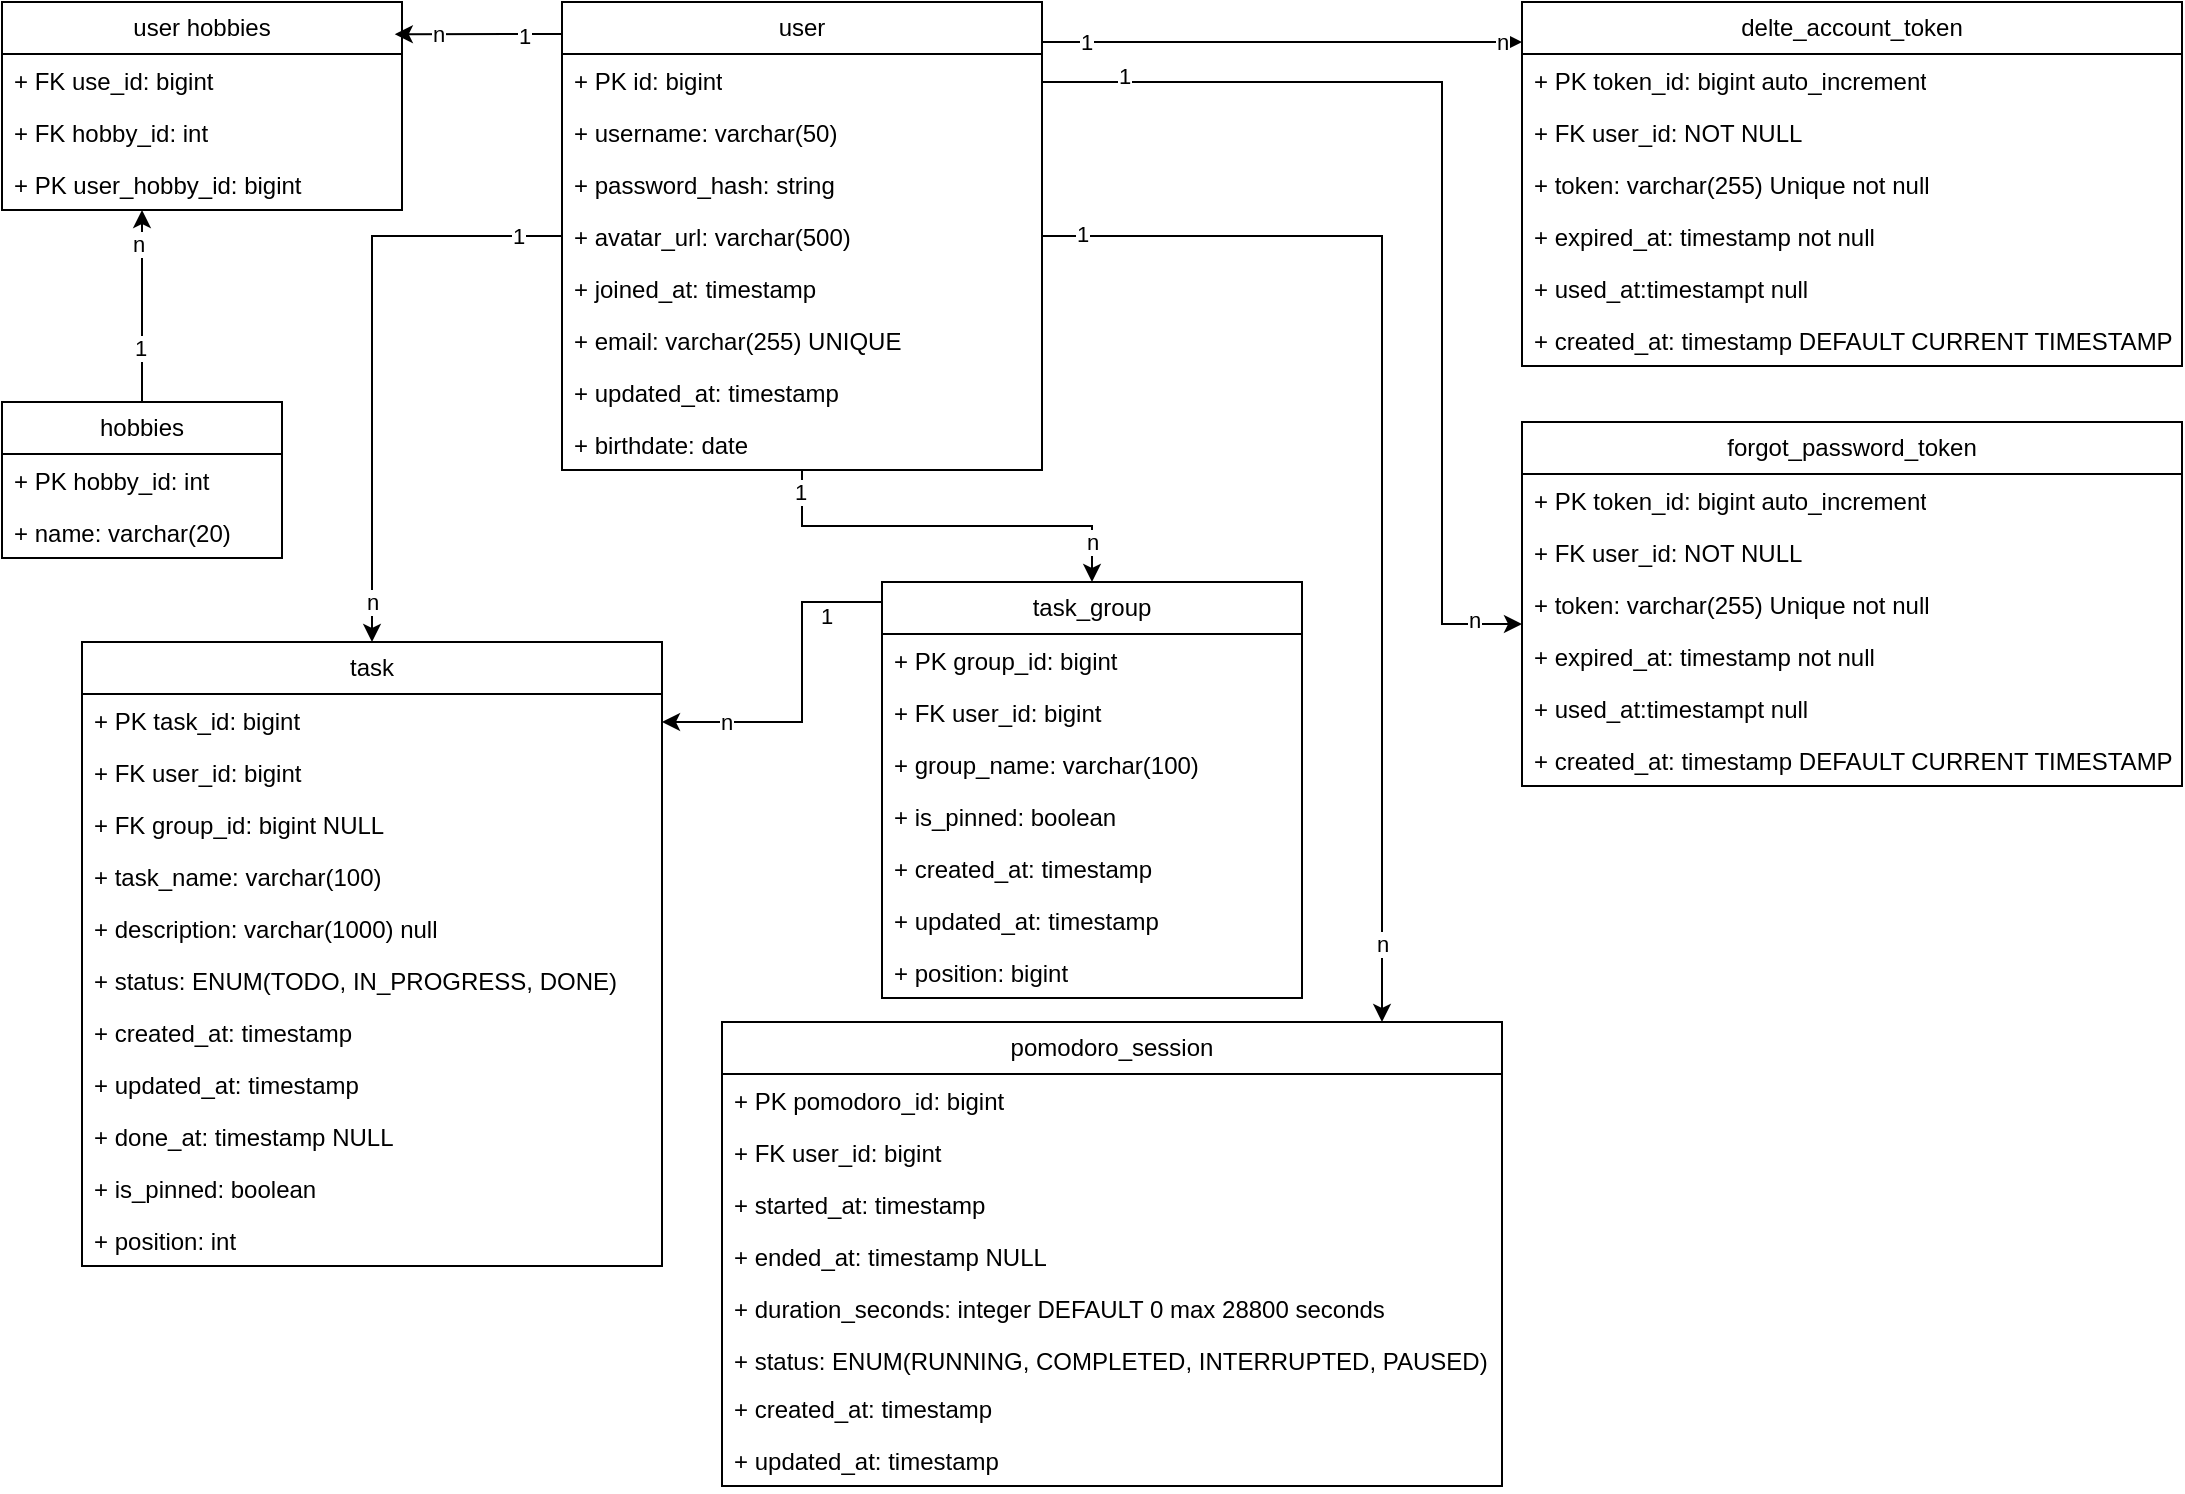
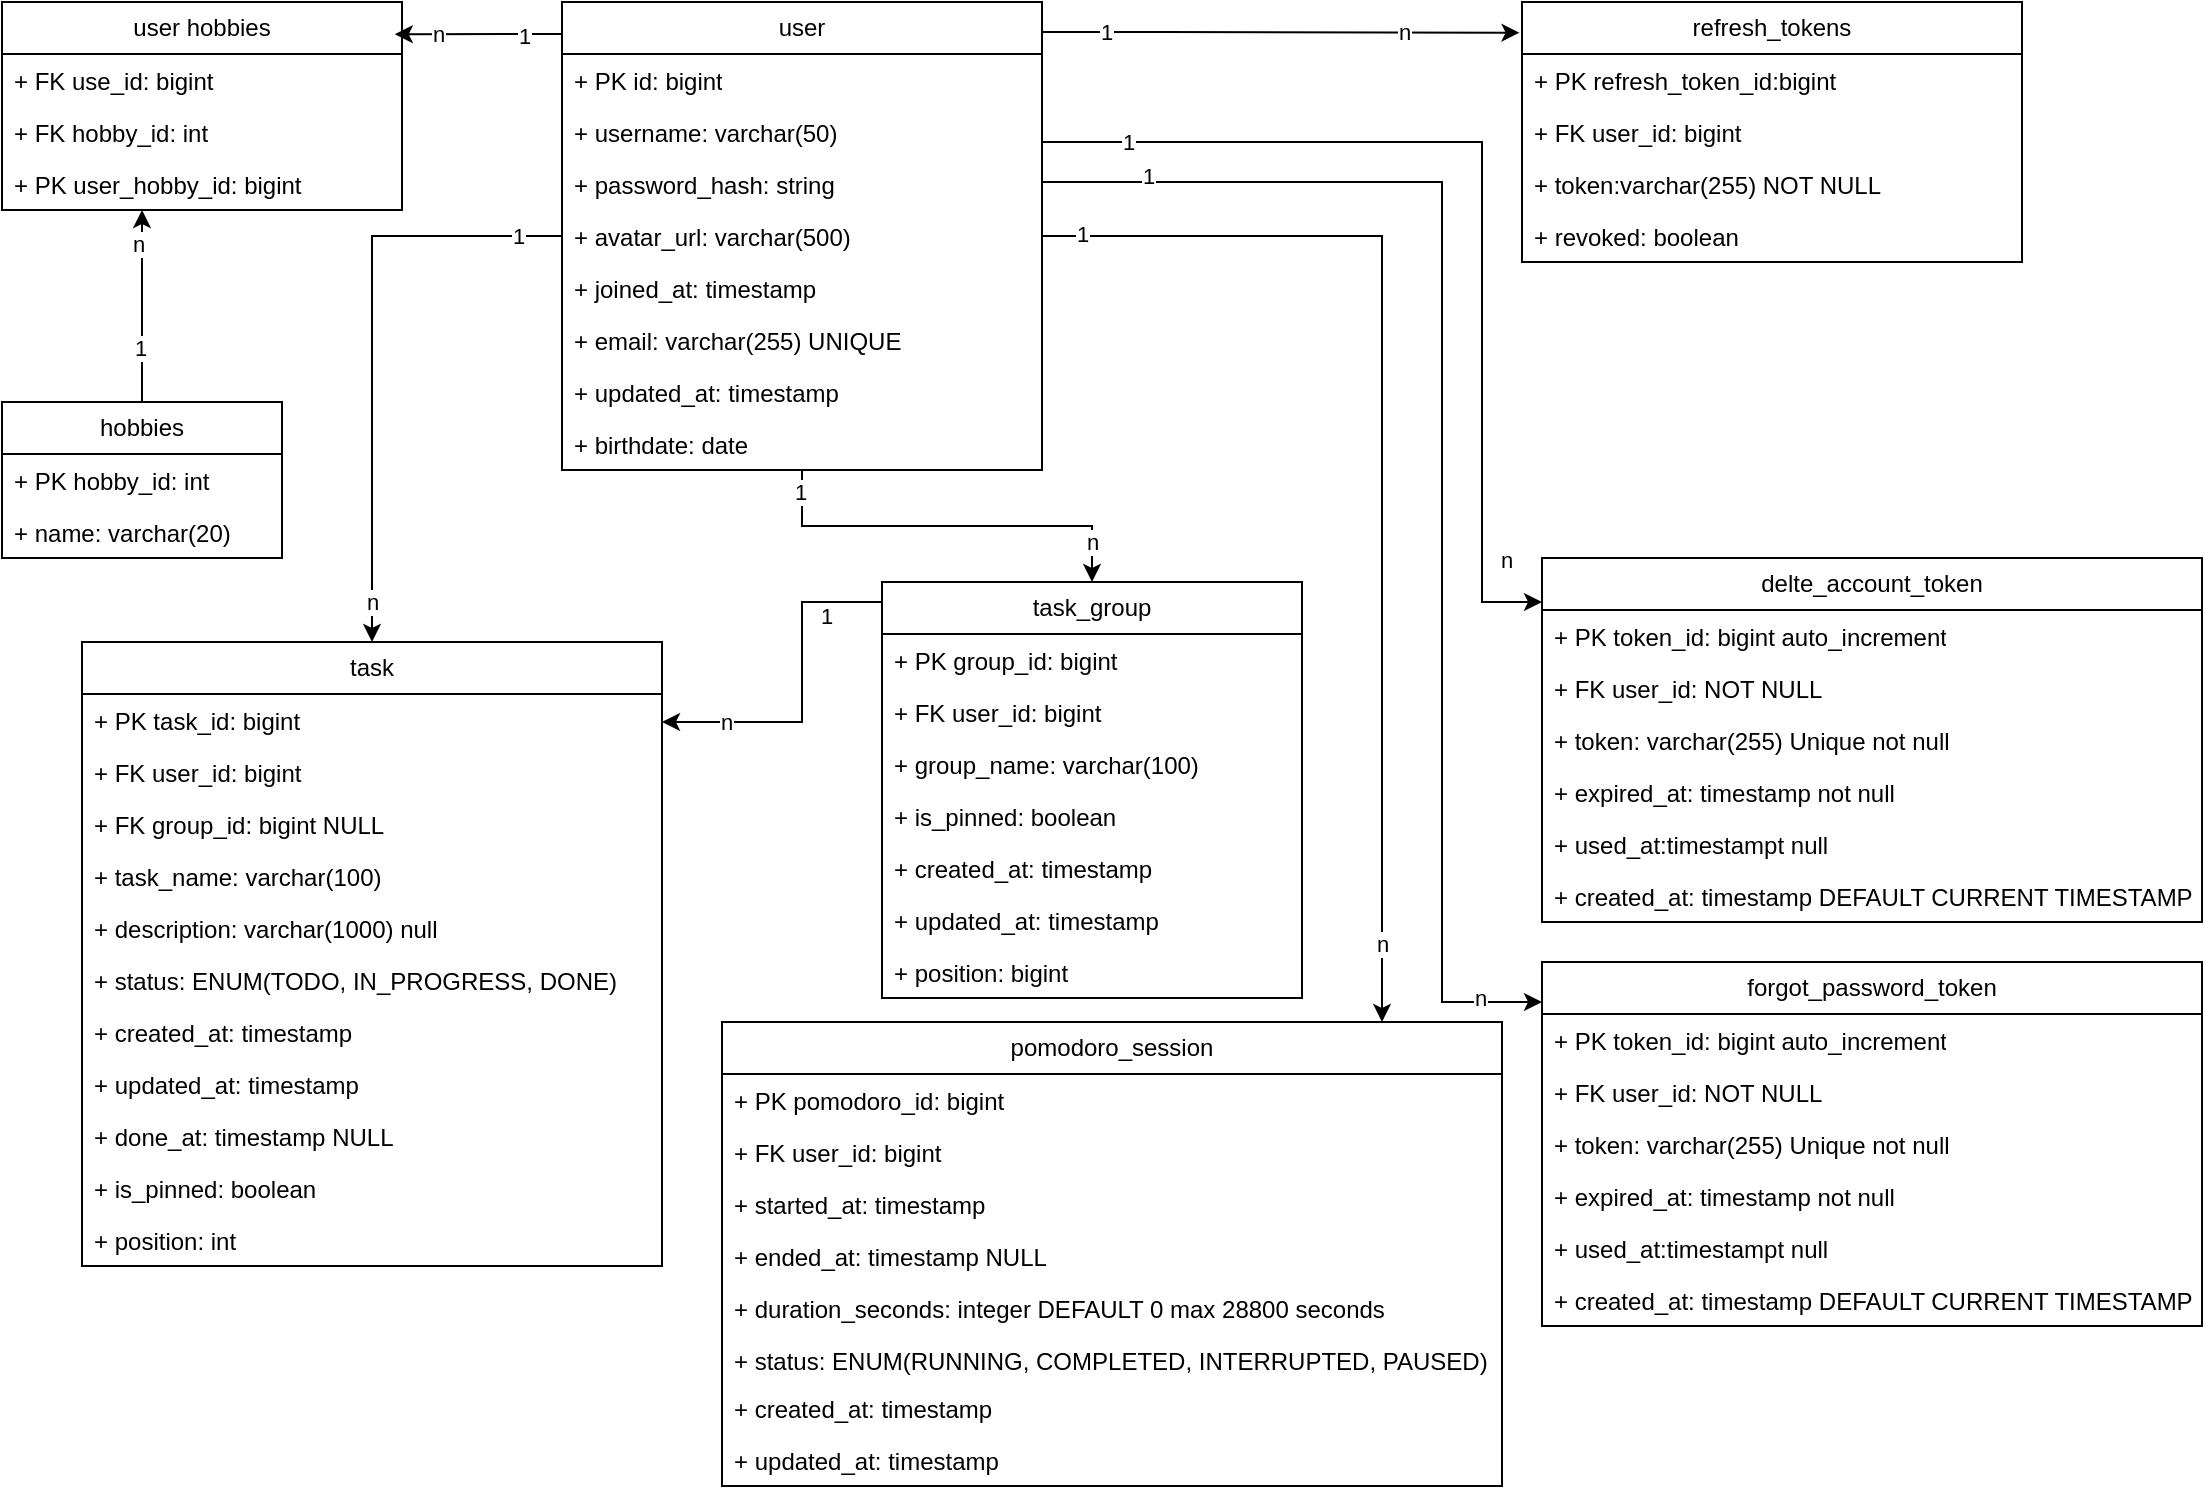
<mxfile host="Electron">
  <diagram name="Page-1" id="KkAQMYHvkhWbHYc3BVJA">
-     <mxGraphModel dx="394" dy="281" grid="1" gridSize="10" guides="1" tooltips="1" connect="1" arrows="1" fold="1" page="1" pageScale="1" pageWidth="850" pageHeight="1100" math="0" shadow="0">
+     <mxGraphModel dx="1440" dy="1020" grid="1" gridSize="10" guides="1" tooltips="1" connect="1" arrows="1" fold="1" page="1" pageScale="1" pageWidth="850" pageHeight="1100" math="0" shadow="0">
      <root>
        <mxCell id="0" />
        <mxCell id="1" parent="0" />
        <mxCell id="VnhQNqqpuN2qPrgdxubX-28" edge="1" parent="1" source="F1CsqXXeQTqHlrjgNJb2-1" style="edgeStyle=orthogonalEdgeStyle;rounded=0;orthogonalLoop=1;jettySize=auto;html=1;entryX=0.5;entryY=0;entryDx=0;entryDy=0;" target="F1CsqXXeQTqHlrjgNJb2-5">
          <mxGeometry relative="1" as="geometry" />
        </mxCell>
        <mxCell id="VnhQNqqpuN2qPrgdxubX-29" connectable="0" parent="VnhQNqqpuN2qPrgdxubX-28" style="edgeLabel;html=1;align=center;verticalAlign=middle;resizable=0;points=[];" value="1" vertex="1">
          <mxGeometry relative="1" x="-0.8894" y="-1" as="geometry">
            <mxPoint as="offset" />
          </mxGeometry>
        </mxCell>
        <mxCell id="VnhQNqqpuN2qPrgdxubX-30" connectable="0" parent="VnhQNqqpuN2qPrgdxubX-28" style="edgeLabel;html=1;align=center;verticalAlign=middle;resizable=0;points=[];" value="n" vertex="1">
          <mxGeometry relative="1" x="0.7992" as="geometry">
            <mxPoint as="offset" />
          </mxGeometry>
        </mxCell>
        <mxCell id="VnhQNqqpuN2qPrgdxubX-31" edge="1" parent="1" source="F1CsqXXeQTqHlrjgNJb2-1" style="edgeStyle=orthogonalEdgeStyle;rounded=0;orthogonalLoop=1;jettySize=auto;html=1;entryX=0.5;entryY=0;entryDx=0;entryDy=0;" target="F1CsqXXeQTqHlrjgNJb2-9">
          <mxGeometry relative="1" as="geometry">
            <Array as="points">
              <mxPoint x="185" y="137" />
            </Array>
          </mxGeometry>
        </mxCell>
        <mxCell id="VnhQNqqpuN2qPrgdxubX-32" connectable="0" parent="VnhQNqqpuN2qPrgdxubX-31" style="edgeLabel;html=1;align=center;verticalAlign=middle;resizable=0;points=[];" value="1" vertex="1">
          <mxGeometry relative="1" x="-0.8485" as="geometry">
            <mxPoint as="offset" />
          </mxGeometry>
        </mxCell>
        <mxCell id="VnhQNqqpuN2qPrgdxubX-33" connectable="0" parent="VnhQNqqpuN2qPrgdxubX-31" style="edgeLabel;html=1;align=center;verticalAlign=middle;resizable=0;points=[];" value="n" vertex="1">
          <mxGeometry relative="1" x="0.8612" as="geometry">
            <mxPoint as="offset" />
          </mxGeometry>
        </mxCell>
        <mxCell id="VnhQNqqpuN2qPrgdxubX-34" edge="1" parent="1" source="F1CsqXXeQTqHlrjgNJb2-1" style="edgeStyle=orthogonalEdgeStyle;rounded=0;orthogonalLoop=1;jettySize=auto;html=1;" target="VnhQNqqpuN2qPrgdxubX-12">
          <mxGeometry relative="1" as="geometry">
            <Array as="points">
-               <mxPoint x="640" y="40" />
-               <mxPoint x="640" y="40" />
+               <mxPoint x="740" y="90" />
+               <mxPoint x="740" y="320" />
            </Array>
          </mxGeometry>
        </mxCell>
        <mxCell id="VnhQNqqpuN2qPrgdxubX-35" connectable="0" parent="VnhQNqqpuN2qPrgdxubX-34" style="edgeLabel;html=1;align=center;verticalAlign=middle;resizable=0;points=[];" value="1" vertex="1">
          <mxGeometry relative="1" x="-0.8202" as="geometry">
            <mxPoint as="offset" />
          </mxGeometry>
        </mxCell>
        <mxCell id="VnhQNqqpuN2qPrgdxubX-36" connectable="0" parent="VnhQNqqpuN2qPrgdxubX-34" style="edgeLabel;html=1;align=center;verticalAlign=middle;resizable=0;points=[];" value="n" vertex="1">
          <mxGeometry relative="1" x="0.796" y="-2" as="geometry">
            <mxPoint x="14" y="-2" as="offset" />
          </mxGeometry>
        </mxCell>
        <mxCell id="VnhQNqqpuN2qPrgdxubX-38" edge="1" parent="1" source="F1CsqXXeQTqHlrjgNJb2-1" style="edgeStyle=orthogonalEdgeStyle;rounded=0;orthogonalLoop=1;jettySize=auto;html=1;" target="VnhQNqqpuN2qPrgdxubX-5">
          <mxGeometry relative="1" as="geometry">
            <Array as="points">
-               <mxPoint x="720" y="60" />
-               <mxPoint x="720" y="331" />
+               <mxPoint x="720" y="110" />
+               <mxPoint x="720" y="520" />
            </Array>
          </mxGeometry>
        </mxCell>
        <mxCell id="VnhQNqqpuN2qPrgdxubX-39" connectable="0" parent="VnhQNqqpuN2qPrgdxubX-38" style="edgeLabel;html=1;align=center;verticalAlign=middle;resizable=0;points=[];" value="1" vertex="1">
          <mxGeometry relative="1" x="-0.8408" y="3" as="geometry">
            <mxPoint as="offset" />
          </mxGeometry>
        </mxCell>
        <mxCell id="VnhQNqqpuN2qPrgdxubX-40" connectable="0" parent="VnhQNqqpuN2qPrgdxubX-38" style="edgeLabel;html=1;align=center;verticalAlign=middle;resizable=0;points=[];" value="n" vertex="1">
          <mxGeometry relative="1" x="0.9068" y="2" as="geometry">
            <mxPoint as="offset" />
          </mxGeometry>
        </mxCell>
        <mxCell id="F1CsqXXeQTqHlrjgNJb2-1" parent="1" style="swimlane;fontStyle=0;childLayout=stackLayout;horizontal=1;startSize=26;fillColor=none;horizontalStack=0;resizeParent=1;resizeParentMax=0;resizeLast=0;collapsible=1;marginBottom=0;whiteSpace=wrap;html=1;" value="user" vertex="1">
          <mxGeometry height="234" width="240" x="280" y="20" as="geometry" />
        </mxCell>
        <mxCell id="F1CsqXXeQTqHlrjgNJb2-2" parent="F1CsqXXeQTqHlrjgNJb2-1" style="text;strokeColor=none;fillColor=none;align=left;verticalAlign=top;spacingLeft=4;spacingRight=4;overflow=hidden;rotatable=0;points=[[0,0.5],[1,0.5]];portConstraint=eastwest;whiteSpace=wrap;html=1;" value="+ PK id: bigint" vertex="1">
          <mxGeometry height="26" width="240" y="26" as="geometry" />
        </mxCell>
        <mxCell id="F1CsqXXeQTqHlrjgNJb2-3" parent="F1CsqXXeQTqHlrjgNJb2-1" style="text;strokeColor=none;fillColor=none;align=left;verticalAlign=top;spacingLeft=4;spacingRight=4;overflow=hidden;rotatable=0;points=[[0,0.5],[1,0.5]];portConstraint=eastwest;whiteSpace=wrap;html=1;" value="+ username: varchar(50)" vertex="1">
          <mxGeometry height="26" width="240" y="52" as="geometry" />
        </mxCell>
        <mxCell id="F1CsqXXeQTqHlrjgNJb2-4" parent="F1CsqXXeQTqHlrjgNJb2-1" style="text;strokeColor=none;fillColor=none;align=left;verticalAlign=top;spacingLeft=4;spacingRight=4;overflow=hidden;rotatable=0;points=[[0,0.5],[1,0.5]];portConstraint=eastwest;whiteSpace=wrap;html=1;" value="+ password_hash: string" vertex="1">
          <mxGeometry height="26" width="240" y="78" as="geometry" />
        </mxCell>
        <mxCell id="F1CsqXXeQTqHlrjgNJb2-21" parent="F1CsqXXeQTqHlrjgNJb2-1" style="text;strokeColor=none;fillColor=none;align=left;verticalAlign=top;spacingLeft=4;spacingRight=4;overflow=hidden;rotatable=0;points=[[0,0.5],[1,0.5]];portConstraint=eastwest;whiteSpace=wrap;html=1;" value="+ avatar_url: varchar(500)" vertex="1">
          <mxGeometry height="26" width="240" y="104" as="geometry" />
        </mxCell>
        <mxCell id="F1CsqXXeQTqHlrjgNJb2-22" parent="F1CsqXXeQTqHlrjgNJb2-1" style="text;strokeColor=none;fillColor=none;align=left;verticalAlign=top;spacingLeft=4;spacingRight=4;overflow=hidden;rotatable=0;points=[[0,0.5],[1,0.5]];portConstraint=eastwest;whiteSpace=wrap;html=1;" value="+ joined_at: timestamp" vertex="1">
          <mxGeometry height="26" width="240" y="130" as="geometry" />
        </mxCell>
        <mxCell id="doyozt83mvVgR4hpf-3g-17" parent="F1CsqXXeQTqHlrjgNJb2-1" style="text;strokeColor=none;fillColor=none;align=left;verticalAlign=top;spacingLeft=4;spacingRight=4;overflow=hidden;rotatable=0;points=[[0,0.5],[1,0.5]];portConstraint=eastwest;whiteSpace=wrap;html=1;" value="+ email: varchar(255) UNIQUE" vertex="1">
          <mxGeometry height="26" width="240" y="156" as="geometry" />
        </mxCell>
        <mxCell id="doyozt83mvVgR4hpf-3g-26" parent="F1CsqXXeQTqHlrjgNJb2-1" style="text;strokeColor=none;fillColor=none;align=left;verticalAlign=top;spacingLeft=4;spacingRight=4;overflow=hidden;rotatable=0;points=[[0,0.5],[1,0.5]];portConstraint=eastwest;whiteSpace=wrap;html=1;" value="+ updated_at: timestamp" vertex="1">
          <mxGeometry height="26" width="240" y="182" as="geometry" />
        </mxCell>
        <mxCell id="cvfCngoQgoGnLAx6M_LN-1" parent="F1CsqXXeQTqHlrjgNJb2-1" style="text;strokeColor=none;fillColor=none;align=left;verticalAlign=top;spacingLeft=4;spacingRight=4;overflow=hidden;rotatable=0;points=[[0,0.5],[1,0.5]];portConstraint=eastwest;whiteSpace=wrap;html=1;" value="+ birthdate: date" vertex="1">
          <mxGeometry height="26" width="240" y="208" as="geometry" />
        </mxCell>
        <mxCell id="F1CsqXXeQTqHlrjgNJb2-5" parent="1" style="swimlane;fontStyle=0;childLayout=stackLayout;horizontal=1;startSize=26;fillColor=none;horizontalStack=0;resizeParent=1;resizeParentMax=0;resizeLast=0;collapsible=1;marginBottom=0;whiteSpace=wrap;html=1;" value="task_group" vertex="1">
          <mxGeometry height="208" width="210" x="440" y="310" as="geometry" />
        </mxCell>
        <mxCell id="F1CsqXXeQTqHlrjgNJb2-6" parent="F1CsqXXeQTqHlrjgNJb2-5" style="text;strokeColor=none;fillColor=none;align=left;verticalAlign=top;spacingLeft=4;spacingRight=4;overflow=hidden;rotatable=0;points=[[0,0.5],[1,0.5]];portConstraint=eastwest;whiteSpace=wrap;html=1;" value="+ PK group_id: bigint" vertex="1">
          <mxGeometry height="26" width="210" y="26" as="geometry" />
        </mxCell>
        <mxCell id="F1CsqXXeQTqHlrjgNJb2-7" parent="F1CsqXXeQTqHlrjgNJb2-5" style="text;strokeColor=none;fillColor=none;align=left;verticalAlign=top;spacingLeft=4;spacingRight=4;overflow=hidden;rotatable=0;points=[[0,0.5],[1,0.5]];portConstraint=eastwest;whiteSpace=wrap;html=1;" value="+ FK user_id: bigint" vertex="1">
          <mxGeometry height="26" width="210" y="52" as="geometry" />
        </mxCell>
        <mxCell id="F1CsqXXeQTqHlrjgNJb2-8" parent="F1CsqXXeQTqHlrjgNJb2-5" style="text;strokeColor=none;fillColor=none;align=left;verticalAlign=top;spacingLeft=4;spacingRight=4;overflow=hidden;rotatable=0;points=[[0,0.5],[1,0.5]];portConstraint=eastwest;whiteSpace=wrap;html=1;" value="+ group_name: varchar(100)" vertex="1">
          <mxGeometry height="26" width="210" y="78" as="geometry" />
        </mxCell>
        <mxCell id="doyozt83mvVgR4hpf-3g-7" parent="F1CsqXXeQTqHlrjgNJb2-5" style="text;strokeColor=none;fillColor=none;align=left;verticalAlign=top;spacingLeft=4;spacingRight=4;overflow=hidden;rotatable=0;points=[[0,0.5],[1,0.5]];portConstraint=eastwest;whiteSpace=wrap;html=1;" value="+ is_pinned: boolean" vertex="1">
          <mxGeometry height="26" width="210" y="104" as="geometry" />
        </mxCell>
        <mxCell id="doyozt83mvVgR4hpf-3g-9" parent="F1CsqXXeQTqHlrjgNJb2-5" style="text;strokeColor=none;fillColor=none;align=left;verticalAlign=top;spacingLeft=4;spacingRight=4;overflow=hidden;rotatable=0;points=[[0,0.5],[1,0.5]];portConstraint=eastwest;whiteSpace=wrap;html=1;" value="+ created_at: timestamp" vertex="1">
          <mxGeometry height="26" width="210" y="130" as="geometry" />
        </mxCell>
        <mxCell id="doyozt83mvVgR4hpf-3g-10" parent="F1CsqXXeQTqHlrjgNJb2-5" style="text;strokeColor=none;fillColor=none;align=left;verticalAlign=top;spacingLeft=4;spacingRight=4;overflow=hidden;rotatable=0;points=[[0,0.5],[1,0.5]];portConstraint=eastwest;whiteSpace=wrap;html=1;" value="+ updated_at: timestamp" vertex="1">
          <mxGeometry height="26" width="210" y="156" as="geometry" />
        </mxCell>
        <mxCell id="9QamvTvQRVUXtvWlEnBp-1" parent="F1CsqXXeQTqHlrjgNJb2-5" style="text;strokeColor=none;fillColor=none;align=left;verticalAlign=top;spacingLeft=4;spacingRight=4;overflow=hidden;rotatable=0;points=[[0,0.5],[1,0.5]];portConstraint=eastwest;whiteSpace=wrap;html=1;" value="+ position: bigint" vertex="1">
          <mxGeometry height="26" width="210" y="182" as="geometry" />
        </mxCell>
        <mxCell id="F1CsqXXeQTqHlrjgNJb2-9" parent="1" style="swimlane;fontStyle=0;childLayout=stackLayout;horizontal=1;startSize=26;fillColor=none;horizontalStack=0;resizeParent=1;resizeParentMax=0;resizeLast=0;collapsible=1;marginBottom=0;whiteSpace=wrap;html=1;" value="task" vertex="1">
          <mxGeometry height="312" width="290" x="40" y="340" as="geometry" />
        </mxCell>
        <mxCell id="doyozt83mvVgR4hpf-3g-1" parent="F1CsqXXeQTqHlrjgNJb2-9" style="text;strokeColor=none;fillColor=none;align=left;verticalAlign=top;spacingLeft=4;spacingRight=4;overflow=hidden;rotatable=0;points=[[0,0.5],[1,0.5]];portConstraint=eastwest;whiteSpace=wrap;html=1;" value="+ PK task_id: bigint" vertex="1">
          <mxGeometry height="26" width="290" y="26" as="geometry" />
        </mxCell>
        <mxCell id="doyozt83mvVgR4hpf-3g-5" parent="F1CsqXXeQTqHlrjgNJb2-9" style="text;strokeColor=none;fillColor=none;align=left;verticalAlign=top;spacingLeft=4;spacingRight=4;overflow=hidden;rotatable=0;points=[[0,0.5],[1,0.5]];portConstraint=eastwest;whiteSpace=wrap;html=1;" value="+ FK user_id: bigint" vertex="1">
          <mxGeometry height="26" width="290" y="52" as="geometry" />
        </mxCell>
        <mxCell id="F1CsqXXeQTqHlrjgNJb2-12" parent="F1CsqXXeQTqHlrjgNJb2-9" style="text;strokeColor=none;fillColor=none;align=left;verticalAlign=top;spacingLeft=4;spacingRight=4;overflow=hidden;rotatable=0;points=[[0,0.5],[1,0.5]];portConstraint=eastwest;whiteSpace=wrap;html=1;" value="+ FK group_id: bigint NULL" vertex="1">
          <mxGeometry height="26" width="290" y="78" as="geometry" />
        </mxCell>
        <mxCell id="F1CsqXXeQTqHlrjgNJb2-10" parent="F1CsqXXeQTqHlrjgNJb2-9" style="text;strokeColor=none;fillColor=none;align=left;verticalAlign=top;spacingLeft=4;spacingRight=4;overflow=hidden;rotatable=0;points=[[0,0.5],[1,0.5]];portConstraint=eastwest;whiteSpace=wrap;html=1;" value="+ task_name: varchar(100)" vertex="1">
          <mxGeometry height="26" width="290" y="104" as="geometry" />
        </mxCell>
        <mxCell id="doyozt83mvVgR4hpf-3g-2" parent="F1CsqXXeQTqHlrjgNJb2-9" style="text;strokeColor=none;fillColor=none;align=left;verticalAlign=top;spacingLeft=4;spacingRight=4;overflow=hidden;rotatable=0;points=[[0,0.5],[1,0.5]];portConstraint=eastwest;whiteSpace=wrap;html=1;" value="+ description: varchar(1000) null" vertex="1">
          <mxGeometry height="26" width="290" y="130" as="geometry" />
        </mxCell>
        <mxCell id="F1CsqXXeQTqHlrjgNJb2-11" parent="F1CsqXXeQTqHlrjgNJb2-9" style="text;strokeColor=none;fillColor=none;align=left;verticalAlign=top;spacingLeft=4;spacingRight=4;overflow=hidden;rotatable=0;points=[[0,0.5],[1,0.5]];portConstraint=eastwest;whiteSpace=wrap;html=1;" value="+ status: ENUM(TODO, IN_PROGRESS, DONE)" vertex="1">
          <mxGeometry height="26" width="290" y="156" as="geometry" />
        </mxCell>
        <mxCell id="doyozt83mvVgR4hpf-3g-3" parent="F1CsqXXeQTqHlrjgNJb2-9" style="text;strokeColor=none;fillColor=none;align=left;verticalAlign=top;spacingLeft=4;spacingRight=4;overflow=hidden;rotatable=0;points=[[0,0.5],[1,0.5]];portConstraint=eastwest;whiteSpace=wrap;html=1;" value="+ created_at: timestamp" vertex="1">
          <mxGeometry height="26" width="290" y="182" as="geometry" />
        </mxCell>
        <mxCell id="doyozt83mvVgR4hpf-3g-8" parent="F1CsqXXeQTqHlrjgNJb2-9" style="text;strokeColor=none;fillColor=none;align=left;verticalAlign=top;spacingLeft=4;spacingRight=4;overflow=hidden;rotatable=0;points=[[0,0.5],[1,0.5]];portConstraint=eastwest;whiteSpace=wrap;html=1;" value="+ updated_at: timestamp" vertex="1">
          <mxGeometry height="26" width="290" y="208" as="geometry" />
        </mxCell>
        <mxCell id="doyozt83mvVgR4hpf-3g-4" parent="F1CsqXXeQTqHlrjgNJb2-9" style="text;strokeColor=none;fillColor=none;align=left;verticalAlign=top;spacingLeft=4;spacingRight=4;overflow=hidden;rotatable=0;points=[[0,0.5],[1,0.5]];portConstraint=eastwest;whiteSpace=wrap;html=1;" value="+ done_at: timestamp NULL" vertex="1">
          <mxGeometry height="26" width="290" y="234" as="geometry" />
        </mxCell>
        <mxCell id="doyozt83mvVgR4hpf-3g-6" parent="F1CsqXXeQTqHlrjgNJb2-9" style="text;strokeColor=none;fillColor=none;align=left;verticalAlign=top;spacingLeft=4;spacingRight=4;overflow=hidden;rotatable=0;points=[[0,0.5],[1,0.5]];portConstraint=eastwest;whiteSpace=wrap;html=1;" value="+ is_pinned: boolean" vertex="1">
          <mxGeometry height="26" width="290" y="260" as="geometry" />
        </mxCell>
        <mxCell id="doyozt83mvVgR4hpf-3g-18" parent="F1CsqXXeQTqHlrjgNJb2-9" style="text;strokeColor=none;fillColor=none;align=left;verticalAlign=top;spacingLeft=4;spacingRight=4;overflow=hidden;rotatable=0;points=[[0,0.5],[1,0.5]];portConstraint=eastwest;whiteSpace=wrap;html=1;" value="+ position: int" vertex="1">
          <mxGeometry height="26" width="290" y="286" as="geometry" />
        </mxCell>
        <mxCell id="F1CsqXXeQTqHlrjgNJb2-13" parent="1" style="swimlane;fontStyle=0;childLayout=stackLayout;horizontal=1;startSize=26;fillColor=none;horizontalStack=0;resizeParent=1;resizeParentMax=0;resizeLast=0;collapsible=1;marginBottom=0;whiteSpace=wrap;html=1;" value="pomodoro_session" vertex="1">
          <mxGeometry height="232" width="390" x="360" y="530" as="geometry" />
        </mxCell>
        <mxCell id="F1CsqXXeQTqHlrjgNJb2-14" parent="F1CsqXXeQTqHlrjgNJb2-13" style="text;strokeColor=none;fillColor=none;align=left;verticalAlign=top;spacingLeft=4;spacingRight=4;overflow=hidden;rotatable=0;points=[[0,0.5],[1,0.5]];portConstraint=eastwest;whiteSpace=wrap;html=1;" value="+ PK pomodoro_id: bigint" vertex="1">
          <mxGeometry height="26" width="390" y="26" as="geometry" />
        </mxCell>
        <mxCell id="F1CsqXXeQTqHlrjgNJb2-15" parent="F1CsqXXeQTqHlrjgNJb2-13" style="text;strokeColor=none;fillColor=none;align=left;verticalAlign=top;spacingLeft=4;spacingRight=4;overflow=hidden;rotatable=0;points=[[0,0.5],[1,0.5]];portConstraint=eastwest;whiteSpace=wrap;html=1;" value="+ FK user_id: bigint" vertex="1">
          <mxGeometry height="26" width="390" y="52" as="geometry" />
        </mxCell>
        <mxCell id="F1CsqXXeQTqHlrjgNJb2-16" parent="F1CsqXXeQTqHlrjgNJb2-13" style="text;strokeColor=none;fillColor=none;align=left;verticalAlign=top;spacingLeft=4;spacingRight=4;overflow=hidden;rotatable=0;points=[[0,0.5],[1,0.5]];portConstraint=eastwest;whiteSpace=wrap;html=1;" value="+ started_at: timestamp" vertex="1">
          <mxGeometry height="26" width="390" y="78" as="geometry" />
        </mxCell>
        <mxCell id="doyozt83mvVgR4hpf-3g-11" parent="F1CsqXXeQTqHlrjgNJb2-13" style="text;strokeColor=none;fillColor=none;align=left;verticalAlign=top;spacingLeft=4;spacingRight=4;overflow=hidden;rotatable=0;points=[[0,0.5],[1,0.5]];portConstraint=eastwest;whiteSpace=wrap;html=1;" value="+ ended_at: timestamp NULL" vertex="1">
          <mxGeometry height="26" width="390" y="104" as="geometry" />
        </mxCell>
        <mxCell id="doyozt83mvVgR4hpf-3g-12" parent="F1CsqXXeQTqHlrjgNJb2-13" style="text;strokeColor=none;fillColor=none;align=left;verticalAlign=top;spacingLeft=4;spacingRight=4;overflow=hidden;rotatable=0;points=[[0,0.5],[1,0.5]];portConstraint=eastwest;whiteSpace=wrap;html=1;" value="+ duration_seconds: integer DEFAULT 0 max 28800 seconds" vertex="1">
          <mxGeometry height="26" width="390" y="130" as="geometry" />
        </mxCell>
        <mxCell id="doyozt83mvVgR4hpf-3g-13" parent="F1CsqXXeQTqHlrjgNJb2-13" style="text;strokeColor=none;fillColor=none;align=left;verticalAlign=top;spacingLeft=4;spacingRight=4;overflow=hidden;rotatable=0;points=[[0,0.5],[1,0.5]];portConstraint=eastwest;whiteSpace=wrap;html=1;" value="+ status: ENUM(RUNNING, COMPLETED, INTERRUPTED, PAUSED)" vertex="1">
          <mxGeometry height="24" width="390" y="156" as="geometry" />
        </mxCell>
        <mxCell id="doyozt83mvVgR4hpf-3g-14" parent="F1CsqXXeQTqHlrjgNJb2-13" style="text;strokeColor=none;fillColor=none;align=left;verticalAlign=top;spacingLeft=4;spacingRight=4;overflow=hidden;rotatable=0;points=[[0,0.5],[1,0.5]];portConstraint=eastwest;whiteSpace=wrap;html=1;" value="+ created_at: timestamp" vertex="1">
          <mxGeometry height="26" width="390" y="180" as="geometry" />
        </mxCell>
        <mxCell id="doyozt83mvVgR4hpf-3g-15" parent="F1CsqXXeQTqHlrjgNJb2-13" style="text;strokeColor=none;fillColor=none;align=left;verticalAlign=top;spacingLeft=4;spacingRight=4;overflow=hidden;rotatable=0;points=[[0,0.5],[1,0.5]];portConstraint=eastwest;whiteSpace=wrap;html=1;" value="+ updated_at: timestamp" vertex="1">
          <mxGeometry height="26" width="390" y="206" as="geometry" />
        </mxCell>
        <mxCell id="doyozt83mvVgR4hpf-3g-30" edge="1" parent="1" source="F1CsqXXeQTqHlrjgNJb2-5" style="edgeStyle=orthogonalEdgeStyle;rounded=0;orthogonalLoop=1;jettySize=auto;html=1;">
          <mxGeometry relative="1" as="geometry">
            <Array as="points">
              <mxPoint x="400" y="320" />
              <mxPoint x="400" y="380" />
            </Array>
            <mxPoint x="330" y="380" as="targetPoint" />
          </mxGeometry>
        </mxCell>
        <mxCell id="doyozt83mvVgR4hpf-3g-31" connectable="0" parent="doyozt83mvVgR4hpf-3g-30" style="edgeLabel;html=1;align=center;verticalAlign=middle;resizable=0;points=[];" value="1" vertex="1">
          <mxGeometry relative="1" x="-0.45" y="1" as="geometry">
            <mxPoint x="11" as="offset" />
          </mxGeometry>
        </mxCell>
        <mxCell id="doyozt83mvVgR4hpf-3g-32" connectable="0" parent="doyozt83mvVgR4hpf-3g-30" style="edgeLabel;html=1;align=center;verticalAlign=middle;resizable=0;points=[];" value="n" vertex="1">
          <mxGeometry relative="1" x="0.6213" as="geometry">
            <mxPoint as="offset" />
          </mxGeometry>
        </mxCell>
        <mxCell id="doyozt83mvVgR4hpf-3g-36" edge="1" parent="1" source="F1CsqXXeQTqHlrjgNJb2-1" style="edgeStyle=orthogonalEdgeStyle;rounded=0;orthogonalLoop=1;jettySize=auto;html=1;">
          <mxGeometry relative="1" as="geometry">
            <Array as="points">
              <mxPoint x="690" y="137" />
            </Array>
            <mxPoint x="690" y="530" as="targetPoint" />
          </mxGeometry>
        </mxCell>
        <mxCell id="doyozt83mvVgR4hpf-3g-37" connectable="0" parent="doyozt83mvVgR4hpf-3g-36" style="edgeLabel;html=1;align=center;verticalAlign=middle;resizable=0;points=[];" value="1" vertex="1">
          <mxGeometry relative="1" x="-0.9287" y="1" as="geometry">
            <mxPoint as="offset" />
          </mxGeometry>
        </mxCell>
        <mxCell id="doyozt83mvVgR4hpf-3g-38" connectable="0" parent="doyozt83mvVgR4hpf-3g-36" style="edgeLabel;html=1;align=center;verticalAlign=middle;resizable=0;points=[];" value="n" vertex="1">
          <mxGeometry relative="1" x="0.9372" y="3" as="geometry">
            <mxPoint x="-3" y="-22" as="offset" />
          </mxGeometry>
        </mxCell>
        <mxCell id="VnhQNqqpuN2qPrgdxubX-22" edge="1" parent="1" source="cvfCngoQgoGnLAx6M_LN-3" style="edgeStyle=orthogonalEdgeStyle;rounded=0;orthogonalLoop=1;jettySize=auto;html=1;" target="cvfCngoQgoGnLAx6M_LN-14">
          <mxGeometry relative="1" as="geometry">
            <Array as="points">
              <mxPoint x="70" y="150" />
              <mxPoint x="70" y="150" />
            </Array>
          </mxGeometry>
        </mxCell>
        <mxCell id="VnhQNqqpuN2qPrgdxubX-23" connectable="0" parent="VnhQNqqpuN2qPrgdxubX-22" style="edgeLabel;html=1;align=center;verticalAlign=middle;resizable=0;points=[];" value="1" vertex="1">
          <mxGeometry relative="1" x="-0.4381" y="1" as="geometry">
            <mxPoint as="offset" />
          </mxGeometry>
        </mxCell>
        <mxCell id="VnhQNqqpuN2qPrgdxubX-24" connectable="0" parent="VnhQNqqpuN2qPrgdxubX-22" style="edgeLabel;html=1;align=center;verticalAlign=middle;resizable=0;points=[];" value="n" vertex="1">
          <mxGeometry relative="1" x="0.6477" y="2" as="geometry">
            <mxPoint as="offset" />
          </mxGeometry>
        </mxCell>
        <mxCell id="cvfCngoQgoGnLAx6M_LN-3" parent="1" style="swimlane;fontStyle=0;childLayout=stackLayout;horizontal=1;startSize=26;fillColor=none;horizontalStack=0;resizeParent=1;resizeParentMax=0;resizeLast=0;collapsible=1;marginBottom=0;whiteSpace=wrap;html=1;" value="hobbies" vertex="1">
          <mxGeometry height="78" width="140" y="220" as="geometry" />
        </mxCell>
        <mxCell id="cvfCngoQgoGnLAx6M_LN-4" parent="cvfCngoQgoGnLAx6M_LN-3" style="text;strokeColor=none;fillColor=none;align=left;verticalAlign=top;spacingLeft=4;spacingRight=4;overflow=hidden;rotatable=0;points=[[0,0.5],[1,0.5]];portConstraint=eastwest;whiteSpace=wrap;html=1;" value="+ PK hobby_id: int" vertex="1">
          <mxGeometry height="26" width="140" y="26" as="geometry" />
        </mxCell>
        <mxCell id="cvfCngoQgoGnLAx6M_LN-5" parent="cvfCngoQgoGnLAx6M_LN-3" style="text;strokeColor=none;fillColor=none;align=left;verticalAlign=top;spacingLeft=4;spacingRight=4;overflow=hidden;rotatable=0;points=[[0,0.5],[1,0.5]];portConstraint=eastwest;whiteSpace=wrap;html=1;" value="+ name: varchar(20)" vertex="1">
          <mxGeometry height="26" width="140" y="52" as="geometry" />
        </mxCell>
        <mxCell id="cvfCngoQgoGnLAx6M_LN-14" parent="1" style="swimlane;fontStyle=0;childLayout=stackLayout;horizontal=1;startSize=26;fillColor=none;horizontalStack=0;resizeParent=1;resizeParentMax=0;resizeLast=0;collapsible=1;marginBottom=0;whiteSpace=wrap;html=1;" value="user hobbies" vertex="1">
          <mxGeometry height="104" width="200" y="20" as="geometry" />
        </mxCell>
        <mxCell id="cvfCngoQgoGnLAx6M_LN-15" parent="cvfCngoQgoGnLAx6M_LN-14" style="text;strokeColor=none;fillColor=none;align=left;verticalAlign=top;spacingLeft=4;spacingRight=4;overflow=hidden;rotatable=0;points=[[0,0.5],[1,0.5]];portConstraint=eastwest;whiteSpace=wrap;html=1;" value="+ FK use_id: bigint" vertex="1">
          <mxGeometry height="26" width="200" y="26" as="geometry" />
        </mxCell>
        <mxCell id="cvfCngoQgoGnLAx6M_LN-16" parent="cvfCngoQgoGnLAx6M_LN-14" style="text;strokeColor=none;fillColor=none;align=left;verticalAlign=top;spacingLeft=4;spacingRight=4;overflow=hidden;rotatable=0;points=[[0,0.5],[1,0.5]];portConstraint=eastwest;whiteSpace=wrap;html=1;" value="+ FK hobby_id: int" vertex="1">
          <mxGeometry height="26" width="200" y="52" as="geometry" />
        </mxCell>
        <mxCell id="cvfCngoQgoGnLAx6M_LN-18" parent="cvfCngoQgoGnLAx6M_LN-14" style="text;strokeColor=none;fillColor=none;align=left;verticalAlign=top;spacingLeft=4;spacingRight=4;overflow=hidden;rotatable=0;points=[[0,0.5],[1,0.5]];portConstraint=eastwest;whiteSpace=wrap;html=1;" value="+ PK user_hobby_id: bigint" vertex="1">
          <mxGeometry height="26" width="200" y="78" as="geometry" />
        </mxCell>
        <mxCell id="VnhQNqqpuN2qPrgdxubX-5" parent="1" style="swimlane;fontStyle=0;childLayout=stackLayout;horizontal=1;startSize=26;fillColor=none;horizontalStack=0;resizeParent=1;resizeParentMax=0;resizeLast=0;collapsible=1;marginBottom=0;whiteSpace=wrap;html=1;" value="forgot_password_token" vertex="1">
-           <mxGeometry height="182" width="330" x="760" y="230" as="geometry" />
+           <mxGeometry height="182" width="330" x="770" y="500" as="geometry" />
        </mxCell>
        <mxCell id="VnhQNqqpuN2qPrgdxubX-6" parent="VnhQNqqpuN2qPrgdxubX-5" style="text;strokeColor=none;fillColor=none;align=left;verticalAlign=top;spacingLeft=4;spacingRight=4;overflow=hidden;rotatable=0;points=[[0,0.5],[1,0.5]];portConstraint=eastwest;whiteSpace=wrap;html=1;" value="+ PK token_id: bigint auto_increment" vertex="1">
          <mxGeometry height="26" width="330" y="26" as="geometry" />
        </mxCell>
        <mxCell id="VnhQNqqpuN2qPrgdxubX-7" parent="VnhQNqqpuN2qPrgdxubX-5" style="text;strokeColor=none;fillColor=none;align=left;verticalAlign=top;spacingLeft=4;spacingRight=4;overflow=hidden;rotatable=0;points=[[0,0.5],[1,0.5]];portConstraint=eastwest;whiteSpace=wrap;html=1;" value="+ FK user_id: NOT NULL" vertex="1">
          <mxGeometry height="26" width="330" y="52" as="geometry" />
        </mxCell>
        <mxCell id="VnhQNqqpuN2qPrgdxubX-8" parent="VnhQNqqpuN2qPrgdxubX-5" style="text;strokeColor=none;fillColor=none;align=left;verticalAlign=top;spacingLeft=4;spacingRight=4;overflow=hidden;rotatable=0;points=[[0,0.5],[1,0.5]];portConstraint=eastwest;whiteSpace=wrap;html=1;" value="+ token: varchar(255) Unique not null" vertex="1">
          <mxGeometry height="26" width="330" y="78" as="geometry" />
        </mxCell>
        <mxCell id="VnhQNqqpuN2qPrgdxubX-9" parent="VnhQNqqpuN2qPrgdxubX-5" style="text;strokeColor=none;fillColor=none;align=left;verticalAlign=top;spacingLeft=4;spacingRight=4;overflow=hidden;rotatable=0;points=[[0,0.5],[1,0.5]];portConstraint=eastwest;whiteSpace=wrap;html=1;" value="+ expired_at: timestamp not null" vertex="1">
          <mxGeometry height="26" width="330" y="104" as="geometry" />
        </mxCell>
        <mxCell id="VnhQNqqpuN2qPrgdxubX-10" parent="VnhQNqqpuN2qPrgdxubX-5" style="text;strokeColor=none;fillColor=none;align=left;verticalAlign=top;spacingLeft=4;spacingRight=4;overflow=hidden;rotatable=0;points=[[0,0.5],[1,0.5]];portConstraint=eastwest;whiteSpace=wrap;html=1;" value="+ used_at:timestampt null" vertex="1">
          <mxGeometry height="26" width="330" y="130" as="geometry" />
        </mxCell>
        <mxCell id="VnhQNqqpuN2qPrgdxubX-11" parent="VnhQNqqpuN2qPrgdxubX-5" style="text;strokeColor=none;fillColor=none;align=left;verticalAlign=top;spacingLeft=4;spacingRight=4;overflow=hidden;rotatable=0;points=[[0,0.5],[1,0.5]];portConstraint=eastwest;whiteSpace=wrap;html=1;" value="+ created_at: timestamp DEFAULT CURRENT TIMESTAMP" vertex="1">
          <mxGeometry height="26" width="330" y="156" as="geometry" />
        </mxCell>
        <mxCell id="VnhQNqqpuN2qPrgdxubX-12" parent="1" style="swimlane;fontStyle=0;childLayout=stackLayout;horizontal=1;startSize=26;fillColor=none;horizontalStack=0;resizeParent=1;resizeParentMax=0;resizeLast=0;collapsible=1;marginBottom=0;whiteSpace=wrap;html=1;" value="delte_account_token" vertex="1">
-           <mxGeometry height="182" width="330" x="760" y="20" as="geometry" />
+           <mxGeometry height="182" width="330" x="770" y="298" as="geometry" />
        </mxCell>
        <mxCell id="VnhQNqqpuN2qPrgdxubX-13" parent="VnhQNqqpuN2qPrgdxubX-12" style="text;strokeColor=none;fillColor=none;align=left;verticalAlign=top;spacingLeft=4;spacingRight=4;overflow=hidden;rotatable=0;points=[[0,0.5],[1,0.5]];portConstraint=eastwest;whiteSpace=wrap;html=1;" value="+ PK token_id: bigint auto_increment" vertex="1">
          <mxGeometry height="26" width="330" y="26" as="geometry" />
        </mxCell>
        <mxCell id="VnhQNqqpuN2qPrgdxubX-14" parent="VnhQNqqpuN2qPrgdxubX-12" style="text;strokeColor=none;fillColor=none;align=left;verticalAlign=top;spacingLeft=4;spacingRight=4;overflow=hidden;rotatable=0;points=[[0,0.5],[1,0.5]];portConstraint=eastwest;whiteSpace=wrap;html=1;" value="+ FK user_id: NOT NULL" vertex="1">
          <mxGeometry height="26" width="330" y="52" as="geometry" />
        </mxCell>
        <mxCell id="VnhQNqqpuN2qPrgdxubX-15" parent="VnhQNqqpuN2qPrgdxubX-12" style="text;strokeColor=none;fillColor=none;align=left;verticalAlign=top;spacingLeft=4;spacingRight=4;overflow=hidden;rotatable=0;points=[[0,0.5],[1,0.5]];portConstraint=eastwest;whiteSpace=wrap;html=1;" value="+ token: varchar(255) Unique not null" vertex="1">
          <mxGeometry height="26" width="330" y="78" as="geometry" />
        </mxCell>
        <mxCell id="VnhQNqqpuN2qPrgdxubX-16" parent="VnhQNqqpuN2qPrgdxubX-12" style="text;strokeColor=none;fillColor=none;align=left;verticalAlign=top;spacingLeft=4;spacingRight=4;overflow=hidden;rotatable=0;points=[[0,0.5],[1,0.5]];portConstraint=eastwest;whiteSpace=wrap;html=1;" value="+ expired_at: timestamp not null" vertex="1">
          <mxGeometry height="26" width="330" y="104" as="geometry" />
        </mxCell>
        <mxCell id="VnhQNqqpuN2qPrgdxubX-17" parent="VnhQNqqpuN2qPrgdxubX-12" style="text;strokeColor=none;fillColor=none;align=left;verticalAlign=top;spacingLeft=4;spacingRight=4;overflow=hidden;rotatable=0;points=[[0,0.5],[1,0.5]];portConstraint=eastwest;whiteSpace=wrap;html=1;" value="+ used_at:timestampt null" vertex="1">
          <mxGeometry height="26" width="330" y="130" as="geometry" />
        </mxCell>
        <mxCell id="VnhQNqqpuN2qPrgdxubX-18" parent="VnhQNqqpuN2qPrgdxubX-12" style="text;strokeColor=none;fillColor=none;align=left;verticalAlign=top;spacingLeft=4;spacingRight=4;overflow=hidden;rotatable=0;points=[[0,0.5],[1,0.5]];portConstraint=eastwest;whiteSpace=wrap;html=1;" value="+ created_at: timestamp DEFAULT CURRENT TIMESTAMP" vertex="1">
          <mxGeometry height="26" width="330" y="156" as="geometry" />
        </mxCell>
        <mxCell id="VnhQNqqpuN2qPrgdxubX-25" edge="1" parent="1" source="F1CsqXXeQTqHlrjgNJb2-1" style="edgeStyle=orthogonalEdgeStyle;rounded=0;orthogonalLoop=1;jettySize=auto;html=1;entryX=0.982;entryY=0.155;entryDx=0;entryDy=0;entryPerimeter=0;" target="cvfCngoQgoGnLAx6M_LN-14">
          <mxGeometry relative="1" as="geometry">
            <Array as="points">
              <mxPoint x="260" y="36" />
              <mxPoint x="260" y="36" />
            </Array>
          </mxGeometry>
        </mxCell>
        <mxCell id="VnhQNqqpuN2qPrgdxubX-26" connectable="0" parent="VnhQNqqpuN2qPrgdxubX-25" style="edgeLabel;html=1;align=center;verticalAlign=middle;resizable=0;points=[];" value="1" vertex="1">
          <mxGeometry relative="1" x="-0.5354" y="1" as="geometry">
            <mxPoint as="offset" />
          </mxGeometry>
        </mxCell>
        <mxCell id="VnhQNqqpuN2qPrgdxubX-27" connectable="0" parent="VnhQNqqpuN2qPrgdxubX-25" style="edgeLabel;html=1;align=center;verticalAlign=middle;resizable=0;points=[];" value="n" vertex="1">
          <mxGeometry relative="1" x="0.4971" as="geometry">
+             <mxPoint as="offset" />
+           </mxGeometry>
+         </mxCell>
+         <mxCell id="8Dew-d1US6sHp2E99WsA-5" parent="1" style="swimlane;fontStyle=0;childLayout=stackLayout;horizontal=1;startSize=26;fillColor=none;horizontalStack=0;resizeParent=1;resizeParentMax=0;resizeLast=0;collapsible=1;marginBottom=0;whiteSpace=wrap;html=1;" value="refresh_tokens" vertex="1">
+           <mxGeometry height="130" width="250" x="760" y="20" as="geometry" />
+         </mxCell>
+         <mxCell id="8Dew-d1US6sHp2E99WsA-6" parent="8Dew-d1US6sHp2E99WsA-5" style="text;strokeColor=none;fillColor=none;align=left;verticalAlign=top;spacingLeft=4;spacingRight=4;overflow=hidden;rotatable=0;points=[[0,0.5],[1,0.5]];portConstraint=eastwest;whiteSpace=wrap;html=1;" value="+ PK refresh_token_id:bigint" vertex="1">
+           <mxGeometry height="26" width="250" y="26" as="geometry" />
+         </mxCell>
+         <mxCell id="8Dew-d1US6sHp2E99WsA-7" parent="8Dew-d1US6sHp2E99WsA-5" style="text;strokeColor=none;fillColor=none;align=left;verticalAlign=top;spacingLeft=4;spacingRight=4;overflow=hidden;rotatable=0;points=[[0,0.5],[1,0.5]];portConstraint=eastwest;whiteSpace=wrap;html=1;" value="+ FK user_id: bigint" vertex="1">
+           <mxGeometry height="26" width="250" y="52" as="geometry" />
+         </mxCell>
+         <mxCell id="8Dew-d1US6sHp2E99WsA-8" parent="8Dew-d1US6sHp2E99WsA-5" style="text;strokeColor=none;fillColor=none;align=left;verticalAlign=top;spacingLeft=4;spacingRight=4;overflow=hidden;rotatable=0;points=[[0,0.5],[1,0.5]];portConstraint=eastwest;whiteSpace=wrap;html=1;" value="+ token:varchar(255) NOT NULL" vertex="1">
+           <mxGeometry height="26" width="250" y="78" as="geometry" />
+         </mxCell>
+         <mxCell id="8Dew-d1US6sHp2E99WsA-9" parent="8Dew-d1US6sHp2E99WsA-5" style="text;strokeColor=none;fillColor=none;align=left;verticalAlign=top;spacingLeft=4;spacingRight=4;overflow=hidden;rotatable=0;points=[[0,0.5],[1,0.5]];portConstraint=eastwest;whiteSpace=wrap;html=1;" value="+ revoked: boolean" vertex="1">
+           <mxGeometry height="26" width="250" y="104" as="geometry" />
+         </mxCell>
+         <mxCell id="8Dew-d1US6sHp2E99WsA-11" edge="1" parent="1" source="F1CsqXXeQTqHlrjgNJb2-1" style="edgeStyle=orthogonalEdgeStyle;rounded=0;orthogonalLoop=1;jettySize=auto;html=1;entryX=-0.005;entryY=0.118;entryDx=0;entryDy=0;entryPerimeter=0;" target="8Dew-d1US6sHp2E99WsA-5">
+           <mxGeometry relative="1" as="geometry">
+             <Array as="points">
+               <mxPoint x="580" y="35" />
+               <mxPoint x="580" y="35" />
+             </Array>
+           </mxGeometry>
+         </mxCell>
+         <mxCell id="8Dew-d1US6sHp2E99WsA-12" connectable="0" parent="8Dew-d1US6sHp2E99WsA-11" style="edgeLabel;html=1;align=center;verticalAlign=middle;resizable=0;points=[];" value="1" vertex="1">
+           <mxGeometry relative="1" x="-0.7381" as="geometry">
+             <mxPoint as="offset" />
+           </mxGeometry>
+         </mxCell>
+         <mxCell id="8Dew-d1US6sHp2E99WsA-13" connectable="0" parent="8Dew-d1US6sHp2E99WsA-11" style="edgeLabel;html=1;align=center;verticalAlign=middle;resizable=0;points=[];" value="n" vertex="1">
+           <mxGeometry relative="1" x="0.514" as="geometry">
            <mxPoint as="offset" />
          </mxGeometry>
        </mxCell>
      </root>
    </mxGraphModel>
  </diagram>
</mxfile>
